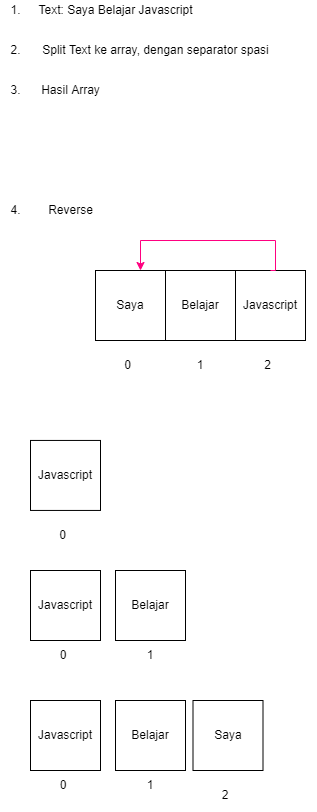
Above: Tugas 2/reverse dan palindrom-Algoritma Reverse.drawio.png in taufik17/Pijar_Camp (draw.io), before the change. Source tidied: cells renumbered, new cells last; positions are measured from the earlier drawing's top-left corner, leaving out a move shared by most shapes. Source of this version:
```xml
<mxGraphModel>
  <root>
    <mxCell id="0" />
    <mxCell id="1" parent="0" />
    <mxCell id="2" value="Text: Saya Belajar Javascript" style="text;html=1;align=center;verticalAlign=middle;strokeColor=none;fillColor=none;" parent="1" vertex="1">
      <mxGeometry x="30" width="170" height="20" as="geometry" />
    </mxCell>
    <mxCell id="3" value="1." style="text;html=1;align=center;verticalAlign=middle;strokeColor=none;fillColor=none;" parent="1" vertex="1">
      <mxGeometry width="30" height="20" as="geometry" />
    </mxCell>
    <mxCell id="4" value="2." style="text;html=1;align=center;verticalAlign=middle;strokeColor=none;fillColor=none;" parent="1" vertex="1">
      <mxGeometry y="40" width="30" height="20" as="geometry" />
    </mxCell>
    <mxCell id="5" value="Split Text ke array, dengan separator spasi" style="text;html=1;align=center;verticalAlign=middle;strokeColor=none;fillColor=none;" parent="1" vertex="1">
      <mxGeometry x="35" y="40" width="240" height="20" as="geometry" />
    </mxCell>
    <mxCell id="6" value="3." style="text;html=1;align=center;verticalAlign=middle;strokeColor=none;fillColor=none;" parent="1" vertex="1">
      <mxGeometry y="80" width="30" height="20" as="geometry" />
    </mxCell>
    <mxCell id="7" value="Hasil Array" style="text;html=1;align=center;verticalAlign=middle;strokeColor=none;fillColor=none;" parent="1" vertex="1">
      <mxGeometry x="35" y="80" width="70" height="20" as="geometry" />
    </mxCell>
    <mxCell id="8" value="Javascript" style="whiteSpace=wrap;html=1;" parent="1" vertex="1">
      <mxGeometry x="235" y="270" width="70" height="70" as="geometry" />
    </mxCell>
    <mxCell id="9" value="0" style="text;html=1;strokeColor=none;fillColor=none;align=center;verticalAlign=middle;whiteSpace=wrap;rounded=0;" parent="1" vertex="1">
      <mxGeometry x="75" y="350" width="105" height="30" as="geometry" />
    </mxCell>
    <mxCell id="10" value="1" style="text;html=1;strokeColor=none;fillColor=none;align=center;verticalAlign=middle;whiteSpace=wrap;rounded=0;" parent="1" vertex="1">
      <mxGeometry x="180" y="350" width="40" height="30" as="geometry" />
    </mxCell>
    <mxCell id="11" value="2" style="text;html=1;strokeColor=none;fillColor=none;align=center;verticalAlign=middle;whiteSpace=wrap;rounded=0;" parent="1" vertex="1">
      <mxGeometry x="220" y="350" width="95" height="30" as="geometry" />
    </mxCell>
    <mxCell id="12" value="Saya" style="whiteSpace=wrap;html=1;" parent="1" vertex="1">
      <mxGeometry x="95" y="270" width="70" height="70" as="geometry" />
    </mxCell>
    <mxCell id="13" value="Belajar" style="whiteSpace=wrap;html=1;" parent="1" vertex="1">
      <mxGeometry x="165" y="270" width="70" height="70" as="geometry" />
    </mxCell>
    <mxCell id="14" value="4." style="text;html=1;align=center;verticalAlign=middle;strokeColor=none;fillColor=none;" parent="1" vertex="1">
      <mxGeometry y="200" width="30" height="20" as="geometry" />
    </mxCell>
    <mxCell id="15" value="Reverse" style="text;html=1;align=center;verticalAlign=middle;strokeColor=none;fillColor=none;" parent="1" vertex="1">
      <mxGeometry x="40" y="200" width="60" height="20" as="geometry" />
    </mxCell>
    <mxCell id="16" style="edgeStyle=orthogonalEdgeStyle;rounded=0;jettySize=auto;html=1;entryX=0.5;entryY=0;entryDx=0;entryDy=0;startArrow=classic;startFill=1;endArrow=none;endFill=0;strokeColor=#FF0080;" parent="1" edge="1" target="8">
      <mxGeometry relative="1" as="geometry">
        <mxPoint x="140" y="270" as="sourcePoint" />
        <Array as="points">
          <mxPoint x="140" y="240" />
          <mxPoint x="275" y="240" />
          <mxPoint x="275" y="270" />
        </Array>
      </mxGeometry>
    </mxCell>
    <mxCell id="17" value="Saya" style="whiteSpace=wrap;html=1;" parent="1" vertex="1">
      <mxGeometry x="192.5" y="700" width="70" height="70" as="geometry" />
    </mxCell>
    <mxCell id="18" value="0" style="text;html=1;strokeColor=none;fillColor=none;align=center;verticalAlign=middle;whiteSpace=wrap;rounded=0;" parent="1" vertex="1">
      <mxGeometry x="10" y="519.9" width="105" height="30" as="geometry" />
    </mxCell>
    <mxCell id="19" value="1" style="text;html=1;strokeColor=none;fillColor=none;align=center;verticalAlign=middle;whiteSpace=wrap;rounded=0;" parent="1" vertex="1">
      <mxGeometry x="130" y="640" width="40" height="30" as="geometry" />
    </mxCell>
    <mxCell id="20" value="2" style="text;html=1;strokeColor=none;fillColor=none;align=center;verticalAlign=middle;whiteSpace=wrap;rounded=0;" parent="1" vertex="1">
      <mxGeometry x="205" y="780" width="40" height="30" as="geometry" />
    </mxCell>
    <mxCell id="21" value="Javascript" style="whiteSpace=wrap;html=1;" parent="1" vertex="1">
      <mxGeometry x="30" y="439.9" width="70" height="70" as="geometry" />
    </mxCell>
    <mxCell id="22" value="Belajar" style="whiteSpace=wrap;html=1;" parent="1" vertex="1">
      <mxGeometry x="115" y="570" width="70" height="70" as="geometry" />
    </mxCell>
    <mxCell id="23" value="0" style="text;html=1;strokeColor=none;fillColor=none;align=center;verticalAlign=middle;whiteSpace=wrap;rounded=0;" parent="1" vertex="1">
      <mxGeometry x="38.8" y="640" width="47.5" height="30" as="geometry" />
    </mxCell>
    <mxCell id="24" value="Javascript" style="whiteSpace=wrap;html=1;" parent="1" vertex="1">
      <mxGeometry x="30" y="570" width="70" height="70" as="geometry" />
    </mxCell>
    <mxCell id="25" value="1" style="text;html=1;strokeColor=none;fillColor=none;align=center;verticalAlign=middle;whiteSpace=wrap;rounded=0;" parent="1" vertex="1">
      <mxGeometry x="130" y="770" width="40" height="30" as="geometry" />
    </mxCell>
    <mxCell id="26" value="Belajar" style="whiteSpace=wrap;html=1;" parent="1" vertex="1">
      <mxGeometry x="115" y="700" width="70" height="70" as="geometry" />
    </mxCell>
    <mxCell id="27" value="0" style="text;html=1;strokeColor=none;fillColor=none;align=center;verticalAlign=middle;whiteSpace=wrap;rounded=0;" parent="1" vertex="1">
      <mxGeometry x="38.8" y="770" width="47.5" height="30" as="geometry" />
    </mxCell>
    <mxCell id="28" value="Javascript" style="whiteSpace=wrap;html=1;" parent="1" vertex="1">
      <mxGeometry x="30" y="700" width="70" height="70" as="geometry" />
    </mxCell>
  </root>
</mxGraphModel>
```
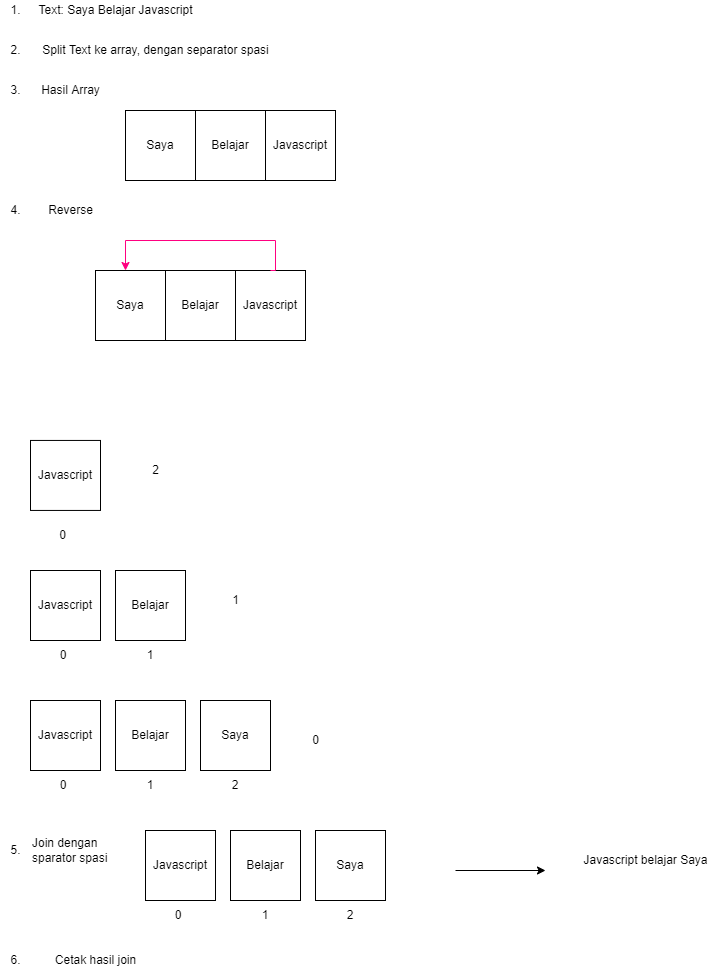
The same diagram one commit later.

Change to the diagram source:
```diff
@@ -23,15 +23,6 @@
     <mxCell id="8" value="Javascript" style="whiteSpace=wrap;html=1;" parent="1" vertex="1">
       <mxGeometry x="235" y="270" width="70" height="70" as="geometry" />
     </mxCell>
-    <mxCell id="9" value="0" style="text;html=1;strokeColor=none;fillColor=none;align=center;verticalAlign=middle;whiteSpace=wrap;rounded=0;" parent="1" vertex="1">
-      <mxGeometry x="75" y="350" width="105" height="30" as="geometry" />
-    </mxCell>
-    <mxCell id="10" value="1" style="text;html=1;strokeColor=none;fillColor=none;align=center;verticalAlign=middle;whiteSpace=wrap;rounded=0;" parent="1" vertex="1">
-      <mxGeometry x="180" y="350" width="40" height="30" as="geometry" />
-    </mxCell>
-    <mxCell id="11" value="2" style="text;html=1;strokeColor=none;fillColor=none;align=center;verticalAlign=middle;whiteSpace=wrap;rounded=0;" parent="1" vertex="1">
-      <mxGeometry x="220" y="350" width="95" height="30" as="geometry" />
-    </mxCell>
     <mxCell id="12" value="Saya" style="whiteSpace=wrap;html=1;" parent="1" vertex="1">
       <mxGeometry x="95" y="270" width="70" height="70" as="geometry" />
     </mxCell>
@@ -46,16 +37,17 @@
     </mxCell>
     <mxCell id="16" style="edgeStyle=orthogonalEdgeStyle;rounded=0;jettySize=auto;html=1;entryX=0.5;entryY=0;entryDx=0;entryDy=0;startArrow=classic;startFill=1;endArrow=none;endFill=0;strokeColor=#FF0080;" parent="1" edge="1" target="8">
       <mxGeometry relative="1" as="geometry">
-        <mxPoint x="140" y="270" as="sourcePoint" />
+        <mxPoint x="125" y="270" as="sourcePoint" />
         <Array as="points">
-          <mxPoint x="140" y="240" />
+          <mxPoint x="125" y="270" />
+          <mxPoint x="125" y="240" />
           <mxPoint x="275" y="240" />
           <mxPoint x="275" y="270" />
         </Array>
       </mxGeometry>
     </mxCell>
     <mxCell id="17" value="Saya" style="whiteSpace=wrap;html=1;" parent="1" vertex="1">
-      <mxGeometry x="192.5" y="700" width="70" height="70" as="geometry" />
+      <mxGeometry x="200" y="700" width="70" height="70" as="geometry" />
     </mxCell>
     <mxCell id="18" value="0" style="text;html=1;strokeColor=none;fillColor=none;align=center;verticalAlign=middle;whiteSpace=wrap;rounded=0;" parent="1" vertex="1">
       <mxGeometry x="10" y="519.9" width="105" height="30" as="geometry" />
@@ -64,7 +56,7 @@
       <mxGeometry x="130" y="640" width="40" height="30" as="geometry" />
     </mxCell>
     <mxCell id="20" value="2" style="text;html=1;strokeColor=none;fillColor=none;align=center;verticalAlign=middle;whiteSpace=wrap;rounded=0;" parent="1" vertex="1">
-      <mxGeometry x="205" y="780" width="40" height="30" as="geometry" />
+      <mxGeometry x="215" y="770" width="40" height="30" as="geometry" />
     </mxCell>
     <mxCell id="21" value="Javascript" style="whiteSpace=wrap;html=1;" parent="1" vertex="1">
       <mxGeometry x="30" y="439.9" width="70" height="70" as="geometry" />
@@ -90,5 +82,62 @@
     <mxCell id="28" value="Javascript" style="whiteSpace=wrap;html=1;" parent="1" vertex="1">
       <mxGeometry x="30" y="700" width="70" height="70" as="geometry" />
     </mxCell>
+    <mxCell id="29" value="2" style="text;html=1;align=center;verticalAlign=middle;strokeColor=none;fillColor=none;" parent="1" vertex="1">
+      <mxGeometry x="145" y="460" width="20" height="20" as="geometry" />
+    </mxCell>
+    <mxCell id="30" value="1" style="text;html=1;align=center;verticalAlign=middle;strokeColor=none;fillColor=none;" parent="1" vertex="1">
+      <mxGeometry x="225" y="590" width="20" height="20" as="geometry" />
+    </mxCell>
+    <mxCell id="31" value="0" style="text;html=1;align=center;verticalAlign=middle;strokeColor=none;fillColor=none;" parent="1" vertex="1">
+      <mxGeometry x="305" y="730" width="20" height="20" as="geometry" />
+    </mxCell>
+    <mxCell id="32" value="Javascript" style="whiteSpace=wrap;html=1;" parent="1" vertex="1">
+      <mxGeometry x="265" y="110" width="70" height="70" as="geometry" />
+    </mxCell>
+    <mxCell id="33" value="Saya" style="whiteSpace=wrap;html=1;" parent="1" vertex="1">
+      <mxGeometry x="125" y="110" width="70" height="70" as="geometry" />
+    </mxCell>
+    <mxCell id="34" value="Belajar" style="whiteSpace=wrap;html=1;" parent="1" vertex="1">
+      <mxGeometry x="195" y="110" width="70" height="70" as="geometry" />
+    </mxCell>
+    <mxCell id="35" value="5." style="text;html=1;align=center;verticalAlign=middle;strokeColor=none;fillColor=none;" parent="1" vertex="1">
+      <mxGeometry y="840" width="30" height="20" as="geometry" />
+    </mxCell>
+    <mxCell id="36" value="Join dengan &lt;br&gt;sparator spasi" style="text;html=1;align=left;verticalAlign=middle;strokeColor=none;fillColor=none;" parent="1" vertex="1">
+      <mxGeometry x="30" y="835" width="90" height="30" as="geometry" />
+    </mxCell>
+    <mxCell id="37" style="endArrow=classic;html=1;rounded=0;" parent="1" edge="1">
+      <mxGeometry relative="1" as="geometry">
+        <mxPoint x="455" y="870" as="sourcePoint" />
+        <mxPoint x="545" y="870" as="targetPoint" />
+      </mxGeometry>
+    </mxCell>
+    <mxCell id="38" value="Javascript belajar Saya" style="text;html=1;align=center;verticalAlign=middle;strokeColor=none;fillColor=none;" parent="1" vertex="1">
+      <mxGeometry x="575" y="850" width="140" height="20" as="geometry" />
+    </mxCell>
+    <mxCell id="39" value="Saya" style="whiteSpace=wrap;html=1;" parent="1" vertex="1">
+      <mxGeometry x="315" y="830" width="70" height="70" as="geometry" />
+    </mxCell>
+    <mxCell id="11" value="2" style="text;html=1;strokeColor=none;fillColor=none;align=center;verticalAlign=middle;whiteSpace=wrap;rounded=0;" parent="1" vertex="1">
+      <mxGeometry x="330" y="900" width="40" height="30" as="geometry" />
+    </mxCell>
+    <mxCell id="10" value="1" style="text;html=1;strokeColor=none;fillColor=none;align=center;verticalAlign=middle;whiteSpace=wrap;rounded=0;" parent="1" vertex="1">
+      <mxGeometry x="245" y="900" width="40" height="30" as="geometry" />
+    </mxCell>
+    <mxCell id="40" value="Belajar" style="whiteSpace=wrap;html=1;" parent="1" vertex="1">
+      <mxGeometry x="230" y="830" width="70" height="70" as="geometry" />
+    </mxCell>
+    <mxCell id="9" value="0" style="text;html=1;strokeColor=none;fillColor=none;align=center;verticalAlign=middle;whiteSpace=wrap;rounded=0;" parent="1" vertex="1">
+      <mxGeometry x="153.8" y="900" width="47.5" height="30" as="geometry" />
+    </mxCell>
+    <mxCell id="41" value="Javascript" style="whiteSpace=wrap;html=1;" parent="1" vertex="1">
+      <mxGeometry x="145" y="830" width="70" height="70" as="geometry" />
+    </mxCell>
+    <mxCell id="42" value="6." style="text;html=1;align=center;verticalAlign=middle;strokeColor=none;fillColor=none;" parent="1" vertex="1">
+      <mxGeometry y="950" width="30" height="20" as="geometry" />
+    </mxCell>
+    <mxCell id="43" value="Cetak hasil join" style="text;html=1;align=center;verticalAlign=middle;strokeColor=none;fillColor=none;" parent="1" vertex="1">
+      <mxGeometry x="45" y="950" width="100" height="20" as="geometry" />
+    </mxCell>
   </root>
 </mxGraphModel>
```
